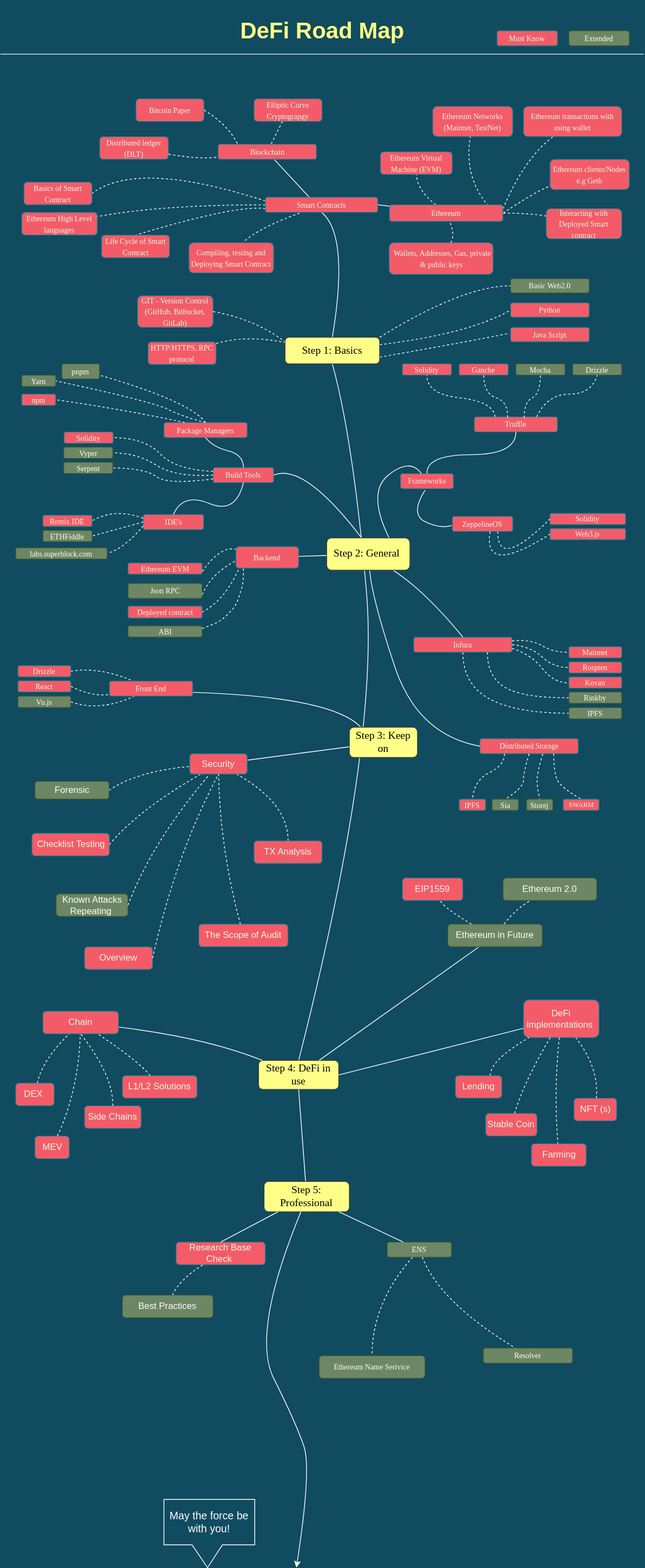
This is DeFiDevRroadMap_-Page-1.svg from OffcierCia/DeFi-Developer-Road-Map, a draw.io export, as it was before one commit. Source tidied: cells renumbered, new cells last; positions are measured from the earlier drawing's top-left corner, leaving out a move shared by most shapes.
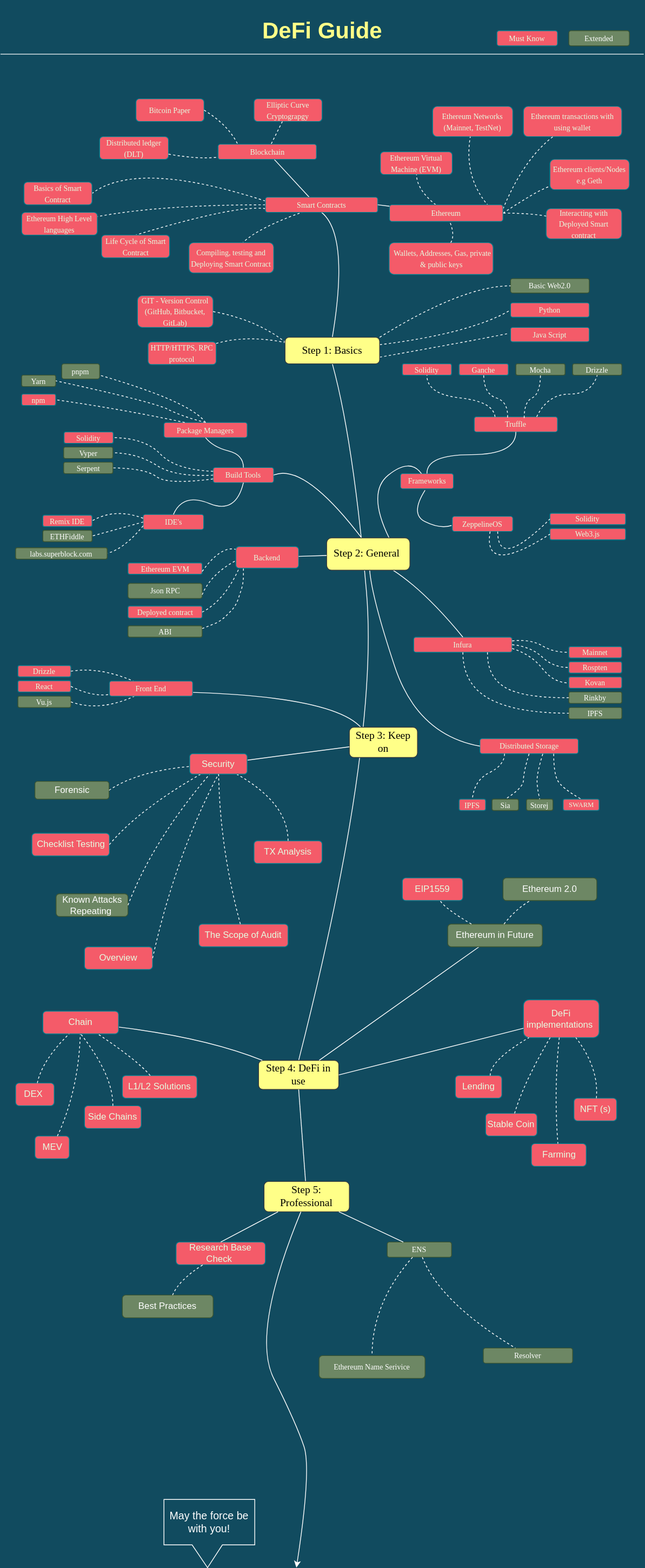
The same file after the commit.

Change to the diagram source:
```diff
@@ -924,7 +924,7 @@
         </Array>
       </mxGeometry>
     </mxCell>
-    <mxCell id="188" value="&lt;font color=&quot;#ffff88&quot; style=&quot;font-size: 30px&quot;&gt;DeFi Road Map&lt;/font&gt;" style="text;strokeColor=none;fillColor=none;html=1;fontSize=24;fontStyle=1;verticalAlign=middle;align=center;rounded=0;sketch=0;fontColor=#E4FDE1;" parent="1" vertex="1">
+    <mxCell id="188" value="&lt;font color=&quot;#ffff88&quot; style=&quot;font-size: 30px&quot;&gt;DeFi Guide&lt;/font&gt;" style="text;strokeColor=none;fillColor=none;html=1;fontSize=24;fontStyle=1;verticalAlign=middle;align=center;rounded=0;sketch=0;fontColor=#E4FDE1;" parent="1" vertex="1">
       <mxGeometry x="375" y="20" width="100" height="40" as="geometry" />
     </mxCell>
     <mxCell id="189" style="endArrow=none;html=1;fontColor=#E4FDE1;strokeColor=#FFFFFF;fillColor=#F45B69;" parent="1" edge="1">
```
